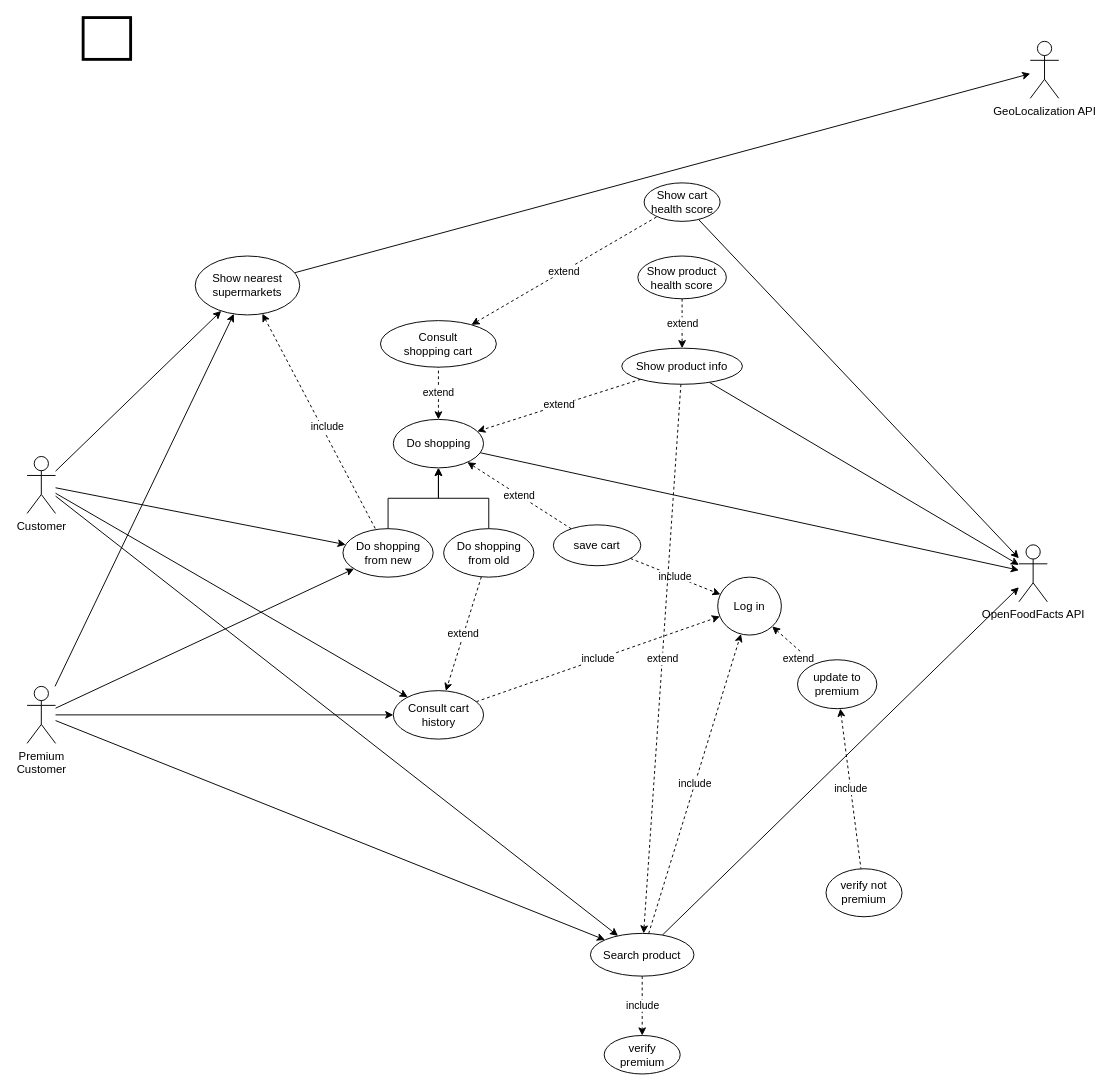
FredHats99/HealthyCart keeps this draw.io diagram as docx&pdf/UseCases/UC_Diagram.drawio. Above is the earlier version. Source tidied: cells renumbered, new cells numbered last; positions are measured from the earlier drawing's top-left corner, leaving out a move shared by most shapes. Both pictures are drawn from the tidied source at 95%, with x=0, y=0 at pixel (27, 17).
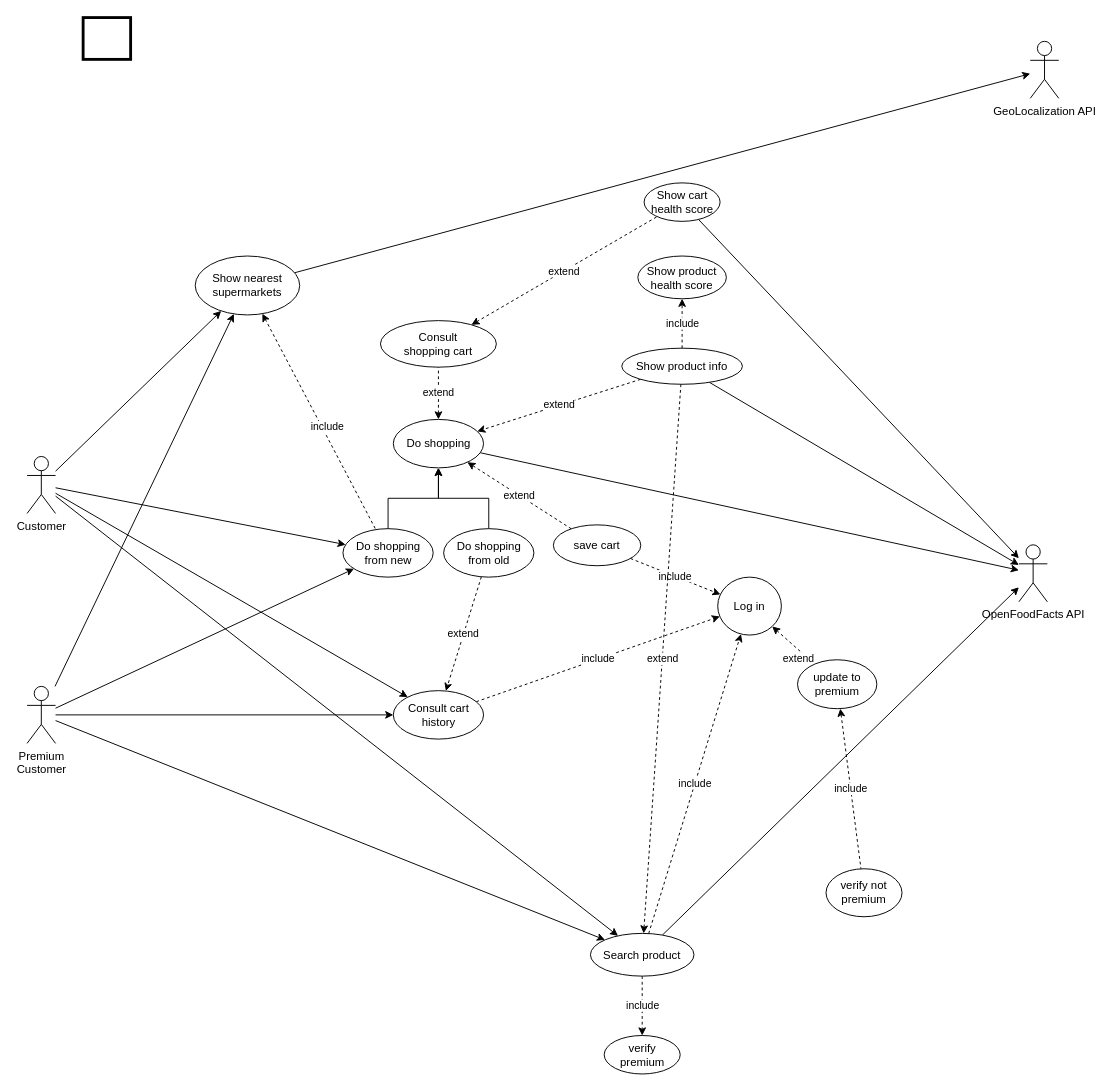
After the change.

Commit message (it also covers changes not shown here):
Applied the singleton design pattern to SearchProduct pt.3 + refining

The change refers to these unchanged cells:
```xml
<mxCell id="37" value="Show product info" style="ellipse;whiteSpace=wrap;html=1;" parent="1" vertex="1">
  <mxGeometry x="626" y="348" width="127" height="38" as="geometry" />
</mxCell>
<mxCell id="39" value="Show product health score" style="ellipse;whiteSpace=wrap;html=1;" parent="1" vertex="1">
  <mxGeometry x="642.9" y="251" width="93.2" height="45" as="geometry" />
</mxCell>
```

What changed in the source:
```diff
@@
-    <mxCell id="38" value="extend" style="edgeStyle=none;rounded=0;jettySize=auto;html=1;dashed=1;startArrow=none;startFill=0;endArrow=classic;endFill=1;" parent="1" edge="1" source="39" target="37">
+    <mxCell id="38" value="include" style="edgeStyle=none;rounded=0;jettySize=auto;html=1;dashed=1;startArrow=none;startFill=0;endArrow=classic;endFill=1;exitX=0.5;exitY=0;exitDx=0;exitDy=0;entryX=0.5;entryY=1;entryDx=0;entryDy=0;" parent="1" edge="1" source="37" target="39">
       <mxGeometry relative="1" as="geometry" />
     </mxCell>
```
